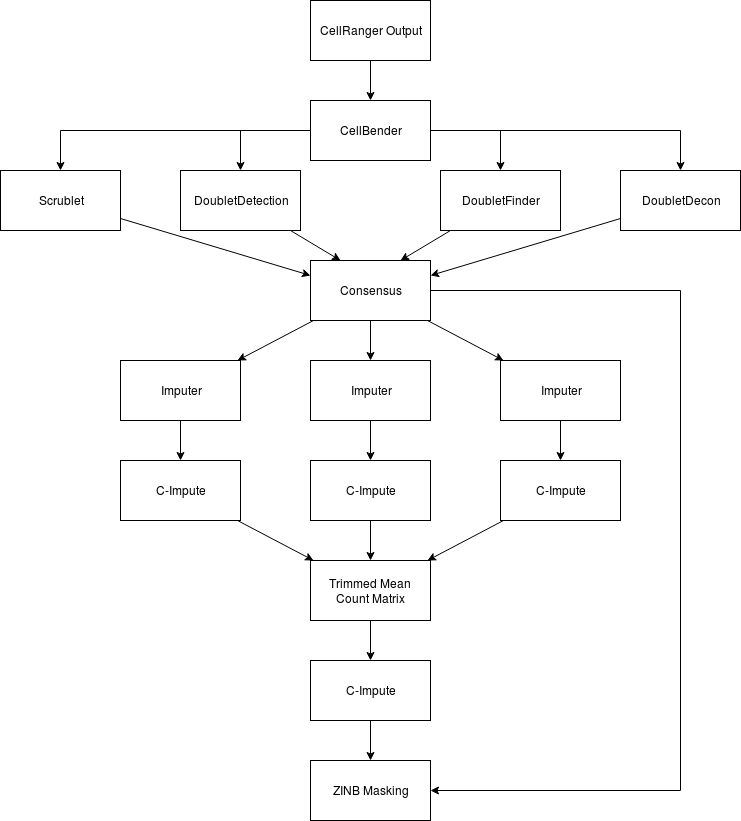
Earlier version of the draw.io export flow.png (cnk113/ESCAPE). Source tidied: cells renumbered, new cells last; positions are measured from the earlier drawing's top-left corner, leaving out a move shared by most shapes.
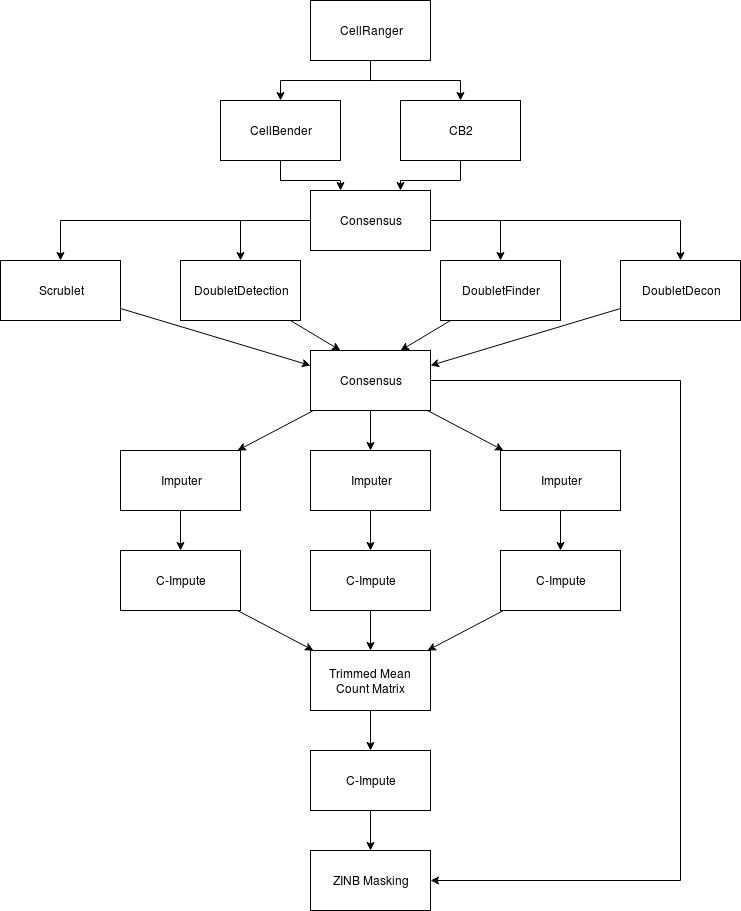
Later version of the same file.

The edit, as a diff of the source:
```diff
@@ -11,15 +11,30 @@
     <mxCell id="4" style="edgeStyle=orthogonalEdgeStyle;rounded=0;jettySize=auto;html=1;" parent="1" edge="1" source="6" target="9">
       <mxGeometry relative="1" as="geometry" />
     </mxCell>
+    <mxCell id="6" value="Consensus" style="rounded=0;whiteSpace=wrap;html=1;" parent="1" vertex="1">
+      <mxGeometry x="310" y="100" width="120" height="60" as="geometry" />
+    </mxCell>
+    <mxCell id="39" style="edgeStyle=orthogonalEdgeStyle;rounded=0;jettySize=auto;html=1;" parent="1" edge="1" source="41" target="7">
+      <mxGeometry relative="1" as="geometry" />
+    </mxCell>
-    <mxCell id="5" style="edgeStyle=none;rounded=0;jettySize=auto;html=1;" parent="1" edge="1" source="7" target="6">
+    <mxCell id="5" style="edgeStyle=orthogonalEdgeStyle;rounded=0;jettySize=auto;html=1;entryX=0.25;entryY=0;entryDx=0;entryDy=0;" parent="1" edge="1" source="7" target="6">
       <mxGeometry relative="1" as="geometry" />
     </mxCell>
-    <mxCell id="6" value="CellBender" style="rounded=0;whiteSpace=wrap;html=1;" parent="1" vertex="1">
-      <mxGeometry x="310" y="100" width="120" height="60" as="geometry" />
-    </mxCell>
-    <mxCell id="7" value="CellRanger Output" style="rounded=0;whiteSpace=wrap;html=1;" parent="1" vertex="1">
-      <mxGeometry x="310" width="120" height="60" as="geometry" />
+    <mxCell id="7" value="&lt;div&gt;CellBender&lt;/div&gt;" style="rounded=0;whiteSpace=wrap;html=1;" parent="1" vertex="1">
+      <mxGeometry x="220" y="10" width="120" height="60" as="geometry" />
     </mxCell>
+    <mxCell id="40" style="edgeStyle=orthogonalEdgeStyle;rounded=0;jettySize=auto;html=1;" parent="1" edge="1" source="41" target="43">
+      <mxGeometry relative="1" as="geometry" />
+    </mxCell>
+    <mxCell id="41" value="CellRanger" style="rounded=0;whiteSpace=wrap;html=1;" parent="1" vertex="1">
+      <mxGeometry x="310" y="-90" width="120" height="60" as="geometry" />
+    </mxCell>
+    <mxCell id="42" style="edgeStyle=orthogonalEdgeStyle;rounded=0;jettySize=auto;html=1;entryX=0.75;entryY=0;entryDx=0;entryDy=0;" parent="1" edge="1" source="43" target="6">
+      <mxGeometry relative="1" as="geometry" />
+    </mxCell>
+    <mxCell id="43" value="CB2" style="rounded=0;whiteSpace=wrap;html=1;" parent="1" vertex="1">
+      <mxGeometry x="400" y="10" width="120" height="60" as="geometry" />
+    </mxCell>
     <mxCell id="8" style="edgeStyle=none;rounded=0;jettySize=auto;html=1;entryX=1;entryY=0.25;entryDx=0;entryDy=0;" parent="1" edge="1" source="9" target="16">
       <mxGeometry relative="1" as="geometry" />
     </mxCell>
```
